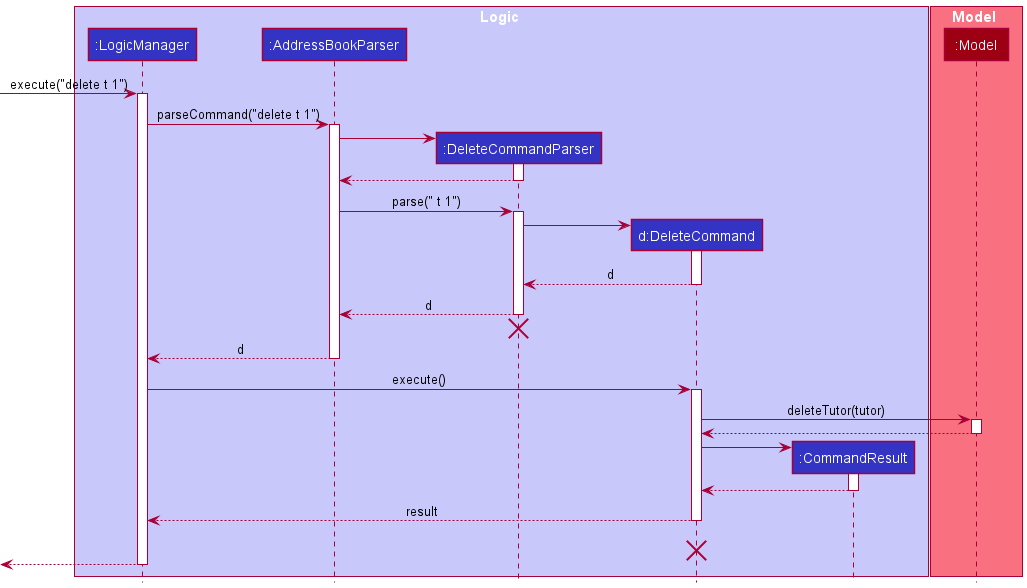
Earlier version of the PlantUML export docs/images/DeleteCommandSequenceDiagram.png (tenebrius1/tp).
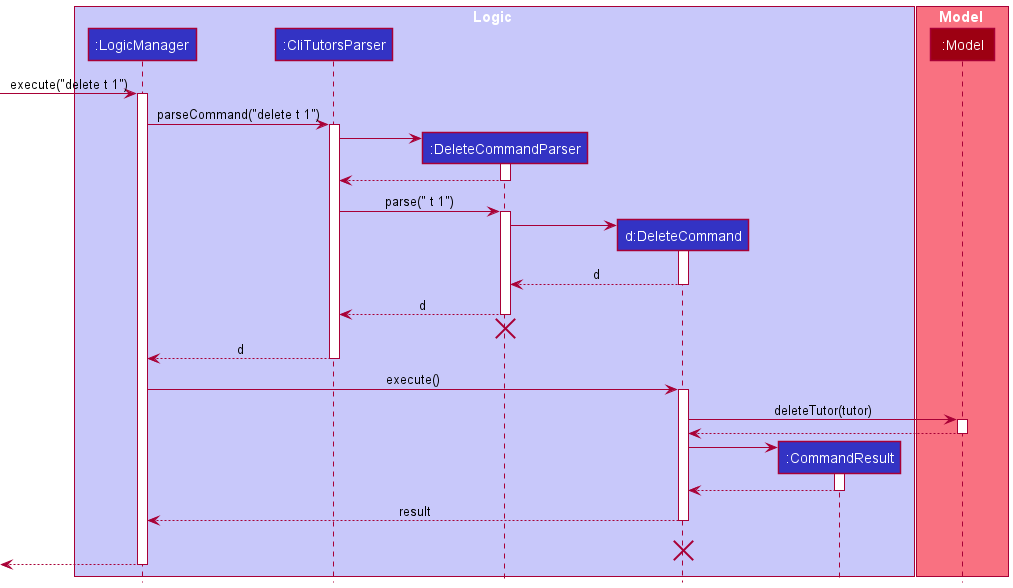
After the change.

The edit, as a diff of the source:
```diff
@@ -3,7 +3,7 @@
 
 box Logic LOGIC_COLOR_T1
 participant ":LogicManager" as LogicManager LOGIC_COLOR
-participant ":AddressBookParser" as AddressBookParser LOGIC_COLOR
+participant ":CliTutorsParser" as CliTutorsParser LOGIC_COLOR
 participant ":DeleteCommandParser" as DeleteCommandParser LOGIC_COLOR
 participant "d:DeleteCommand" as DeleteCommand LOGIC_COLOR
 participant ":CommandResult" as CommandResult LOGIC_COLOR
@@ -16,17 +16,17 @@
 [-> LogicManager : execute("delete t 1")
 activate LogicManager
 
-LogicManager -> AddressBookParser : parseCommand("delete t 1")
-activate AddressBookParser
+LogicManager -> CliTutorsParser : parseCommand("delete t 1")
+activate CliTutorsParser
 
 create DeleteCommandParser
-AddressBookParser -> DeleteCommandParser
+CliTutorsParser -> DeleteCommandParser
 activate DeleteCommandParser
 
-DeleteCommandParser --> AddressBookParser
+DeleteCommandParser --> CliTutorsParser
 deactivate DeleteCommandParser
 
-AddressBookParser -> DeleteCommandParser : parse(" t 1")
+CliTutorsParser -> DeleteCommandParser : parse(" t 1")
 activate DeleteCommandParser
 
 create DeleteCommand
@@ -36,13 +36,13 @@
 DeleteCommand --> DeleteCommandParser : d
 deactivate DeleteCommand
 
-DeleteCommandParser --> AddressBookParser : d
+DeleteCommandParser --> CliTutorsParser : d
 deactivate DeleteCommandParser
-DeleteCommandParser -[hidden]-> AddressBookParser
+DeleteCommandParser -[hidden]-> CliTutorsParser
 destroy DeleteCommandParser
 
-AddressBookParser --> LogicManager : d
-deactivate AddressBookParser
+CliTutorsParser --> LogicManager : d
+deactivate CliTutorsParser
 
 LogicManager -> DeleteCommand : execute()
 activate DeleteCommand
```
